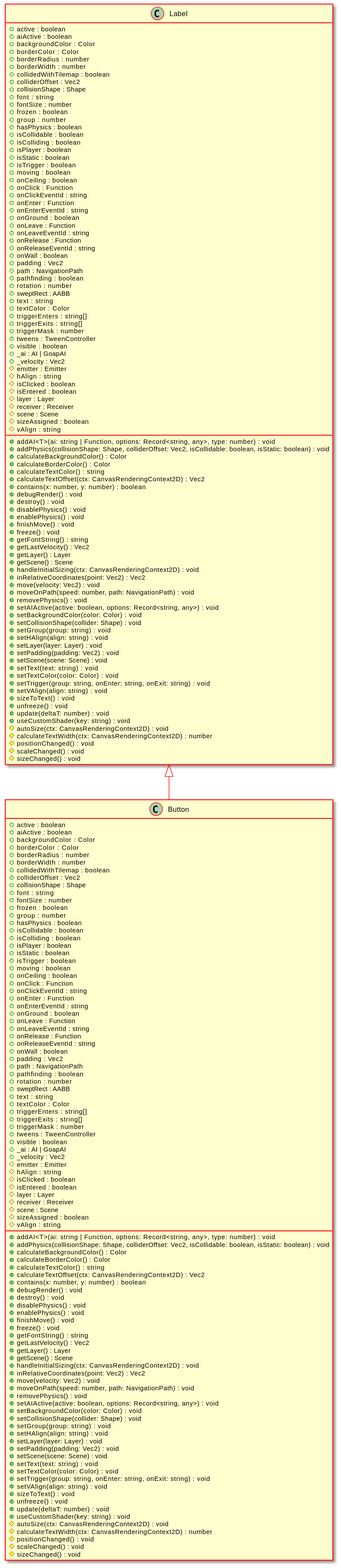
The PlantUML diagram docs/api/assets/Button-umlClassDiagram-4175.svg in Test123938/Test2, before a commit.
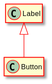
Above is the later version.

What changed in the source:
```diff
@@ -5,202 +5,8 @@
 hide empty methods
 hide empty fields
 class "Button" {
-    +active : boolean
-    +aiActive : boolean
-    +backgroundColor : Color
-    +borderColor : Color
-    +borderRadius : number
-    +borderWidth : number
-    +collidedWithTilemap : boolean
-    +colliderOffset : Vec2
-    +collisionShape : Shape
-    +font : string
-    +fontSize : number
-    +frozen : boolean
-    +group : number
-    +hasPhysics : boolean
-    +isCollidable : boolean
-    +isColliding : boolean
-    +isPlayer : boolean
-    +isStatic : boolean
-    +isTrigger : boolean
-    +moving : boolean
-    +onCeiling : boolean
-    +onClick : Function
-    +onClickEventId : string
-    +onEnter : Function
-    +onEnterEventId : string
-    +onGround : boolean
-    +onLeave : Function
-    +onLeaveEventId : string
-    +onRelease : Function
-    +onReleaseEventId : string
-    +onWall : boolean
-    +padding : Vec2
-    +path : NavigationPath
-    +pathfinding : boolean
-    +rotation : number
-    +sweptRect : AABB
-    +text : string
-    +textColor : Color
-    +triggerEnters : string[]
-    +triggerExits : string[]
-    +triggerMask : number
-    +tweens : TweenController
-    +visible : boolean
-    +_ai : AI | GoapAI
-    +_velocity : Vec2
-    #emitter : Emitter
-    #hAlign : string
-    #isClicked : boolean
-    #isEntered : boolean
-    #layer : Layer
-    #receiver : Receiver
-    #scene : Scene
-    #sizeAssigned : boolean
-    #vAlign : string
-    +addAI<T>(ai: string | Function, options: Record<string, any>, type: number) : void
-    +addPhysics(collisionShape: Shape, colliderOffset: Vec2, isCollidable: boolean, isStatic: boolean) : void
-    +calculateBackgroundColor() : Color
-    +calculateBorderColor() : Color
-    +calculateTextColor() : string
-    +calculateTextOffset(ctx: CanvasRenderingContext2D) : Vec2
-    +contains(x: number, y: number) : boolean
-    +debugRender() : void
-    +destroy() : void
-    +disablePhysics() : void
-    +enablePhysics() : void
-    +finishMove() : void
-    +freeze() : void
-    +getFontString() : string
-    +getLastVelocity() : Vec2
-    +getLayer() : Layer
-    +getScene() : Scene
-    +handleInitialSizing(ctx: CanvasRenderingContext2D) : void
-    +inRelativeCoordinates(point: Vec2) : Vec2
-    +move(velocity: Vec2) : void
-    +moveOnPath(speed: number, path: NavigationPath) : void
-    +removePhysics() : void
-    +setAIActive(active: boolean, options: Record<string, any>) : void
-    +setBackgroundColor(color: Color) : void
-    +setCollisionShape(collider: Shape) : void
-    +setGroup(group: string) : void
-    +setHAlign(align: string) : void
-    +setLayer(layer: Layer) : void
-    +setPadding(padding: Vec2) : void
-    +setScene(scene: Scene) : void
-    +setText(text: string) : void
-    +setTextColor(color: Color) : void
-    +setTrigger(group: string, onEnter: string, onExit: string) : void
-    +setVAlign(align: string) : void
-    +sizeToText() : void
-    +unfreeze() : void
-    +update(deltaT: number) : void
-    +useCustomShader(key: string) : void
-    #autoSize(ctx: CanvasRenderingContext2D) : void
-    #calculateTextWidth(ctx: CanvasRenderingContext2D) : number
-    #positionChanged() : void
-    #scaleChanged() : void
-    #sizeChanged() : void
 }
 class "Label" {
-    +active : boolean
-    +aiActive : boolean
-    +backgroundColor : Color
-    +borderColor : Color
-    +borderRadius : number
-    +borderWidth : number
-    +collidedWithTilemap : boolean
-    +colliderOffset : Vec2
-    +collisionShape : Shape
-    +font : string
-    +fontSize : number
-    +frozen : boolean
-    +group : number
-    +hasPhysics : boolean
-    +isCollidable : boolean
-    +isColliding : boolean
-    +isPlayer : boolean
-    +isStatic : boolean
-    +isTrigger : boolean
-    +moving : boolean
-    +onCeiling : boolean
-    +onClick : Function
-    +onClickEventId : string
-    +onEnter : Function
-    +onEnterEventId : string
-    +onGround : boolean
-    +onLeave : Function
-    +onLeaveEventId : string
-    +onRelease : Function
-    +onReleaseEventId : string
-    +onWall : boolean
-    +padding : Vec2
-    +path : NavigationPath
-    +pathfinding : boolean
-    +rotation : number
-    +sweptRect : AABB
-    +text : string
-    +textColor : Color
-    +triggerEnters : string[]
-    +triggerExits : string[]
-    +triggerMask : number
-    +tweens : TweenController
-    +visible : boolean
-    +_ai : AI | GoapAI
-    +_velocity : Vec2
-    #emitter : Emitter
-    #hAlign : string
-    #isClicked : boolean
-    #isEntered : boolean
-    #layer : Layer
-    #receiver : Receiver
-    #scene : Scene
-    #sizeAssigned : boolean
-    #vAlign : string
-    +addAI<T>(ai: string | Function, options: Record<string, any>, type: number) : void
-    +addPhysics(collisionShape: Shape, colliderOffset: Vec2, isCollidable: boolean, isStatic: boolean) : void
-    +calculateBackgroundColor() : Color
-    +calculateBorderColor() : Color
-    +calculateTextColor() : string
-    +calculateTextOffset(ctx: CanvasRenderingContext2D) : Vec2
-    +contains(x: number, y: number) : boolean
-    +debugRender() : void
-    +destroy() : void
-    +disablePhysics() : void
-    +enablePhysics() : void
-    +finishMove() : void
-    +freeze() : void
-    +getFontString() : string
-    +getLastVelocity() : Vec2
-    +getLayer() : Layer
-    +getScene() : Scene
-    +handleInitialSizing(ctx: CanvasRenderingContext2D) : void
-    +inRelativeCoordinates(point: Vec2) : Vec2
-    +move(velocity: Vec2) : void
-    +moveOnPath(speed: number, path: NavigationPath) : void
-    +removePhysics() : void
-    +setAIActive(active: boolean, options: Record<string, any>) : void
-    +setBackgroundColor(color: Color) : void
-    +setCollisionShape(collider: Shape) : void
-    +setGroup(group: string) : void
-    +setHAlign(align: string) : void
-    +setLayer(layer: Layer) : void
-    +setPadding(padding: Vec2) : void
-    +setScene(scene: Scene) : void
-    +setText(text: string) : void
-    +setTextColor(color: Color) : void
-    +setTrigger(group: string, onEnter: string, onExit: string) : void
-    +setVAlign(align: string) : void
-    +sizeToText() : void
-    +unfreeze() : void
-    +update(deltaT: number) : void
-    +useCustomShader(key: string) : void
-    #autoSize(ctx: CanvasRenderingContext2D) : void
-    #calculateTextWidth(ctx: CanvasRenderingContext2D) : number
-    #positionChanged() : void
-    #scaleChanged() : void
-    #sizeChanged() : void
 }
 "Label" <|-- "Button"
 @enduml
```
